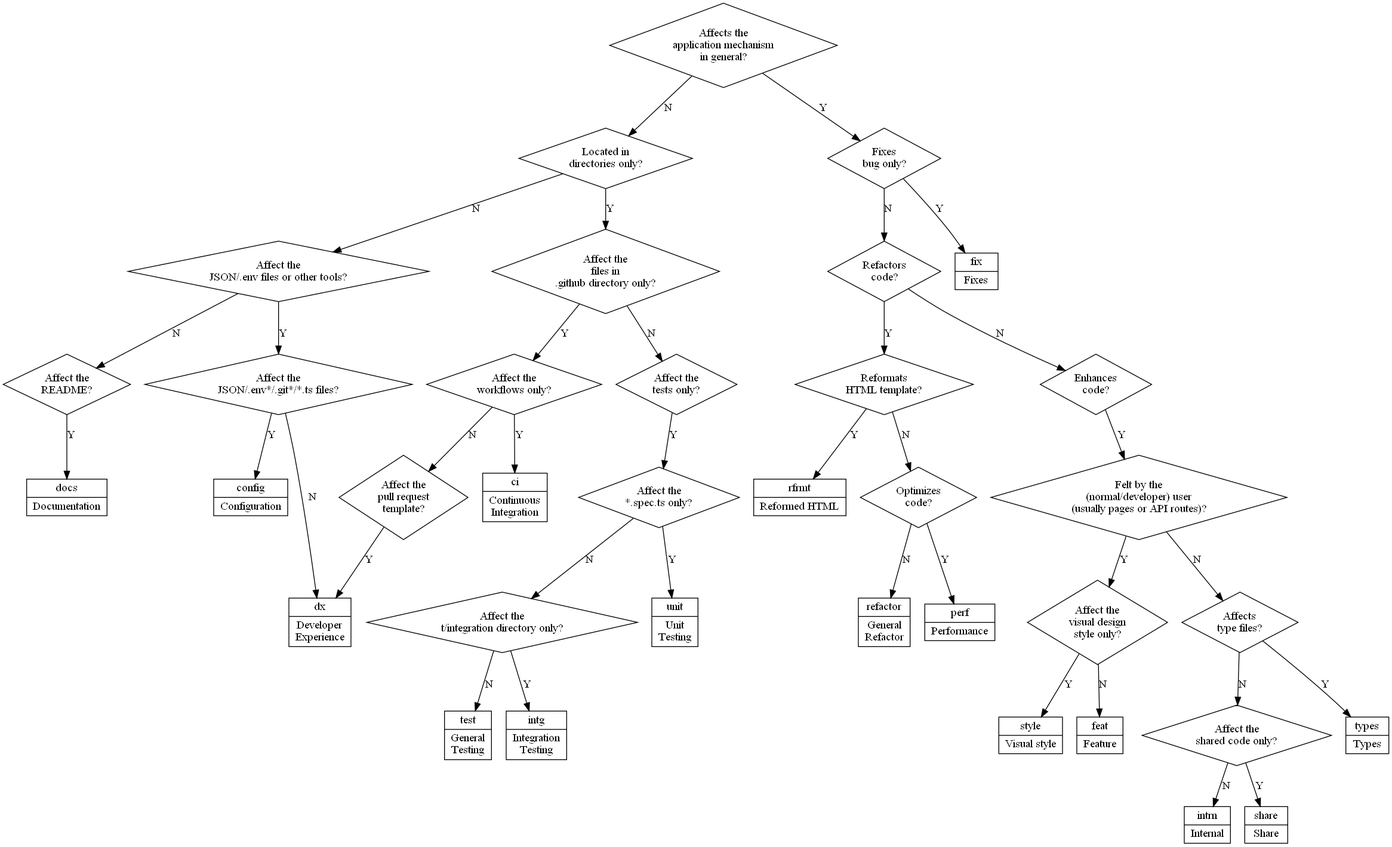
Above: dx/commit_type_guide.png in lemredd/talakutnangan (Graphviz), before the change. Its source is kept beside it as dx/commit_type_guide.dot.
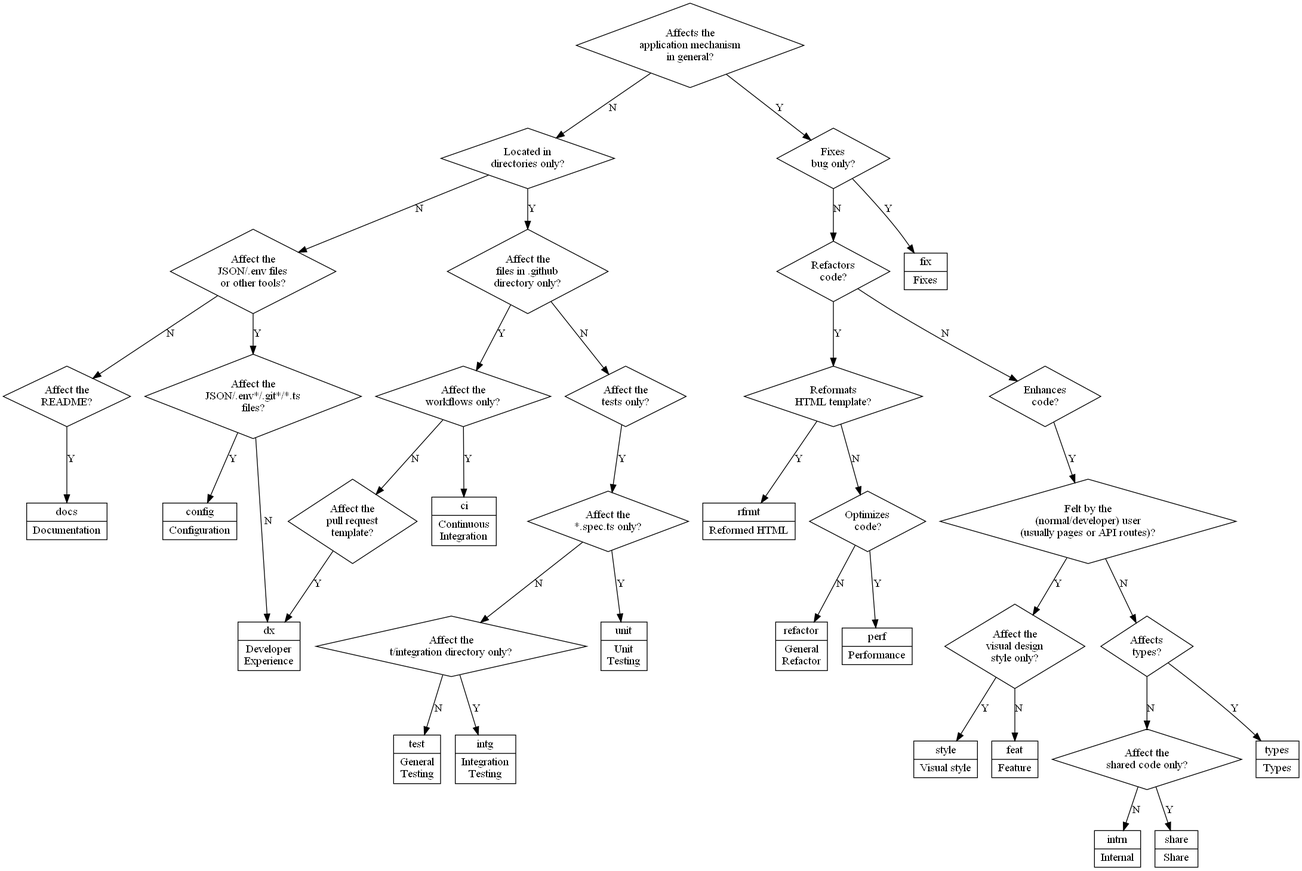
The same diagram one commit later.

Commit message:
dx(guide): improve the labels

Change to the diagram source:
```diff
@@ -5,10 +5,10 @@
 		node [ shape = "diamond" ]
 		affects_application [ label = "Affects the\napplication mechanism\nin general?" ]
 		is_directory_only [ label = "Located in\ndirectories only?" ]
-		affects_tooling [ label = "Affect the\nJSON/.env files or other tools?" ]
-		affects_config [ label = "Affect the\nJSON/.env*/.git*/*.ts files?" ]
+		affects_tooling [ label = "Affect the\nJSON/.env files\nor other tools?" ]
+		affects_config [ label = "Affect the\nJSON/.env*/.git*/*.ts\nfiles?" ]
 		affects_readme [ label = "Affect the\nREADME?" ]
-		affects_workflow_or_template [ label = "Affect the\nfiles in\n.github directory only?" ]
+		affects_workflow_or_template [ label = "Affect the\nfiles in .github\ndirectory only?" ]
 		affects_tests [ label = "Affect the\ntests only?" ]
 		affects_unit_tests [ label = "Affect the\n*.spec.ts only?" ]
 		affects_intg_tests [ label = "Affect the\nt/integration directory only?" ]
@@ -23,7 +23,7 @@
 		affects_user [
 			label = "Felt by the\n(normal/developer) user\n(usually pages or API routes)?"
 		]
-		affects_types [ label = "Affects\ntype files?" ]
+		affects_types [ label = "Affects\ntypes?" ]
 		affects_shared [ label = "Affect the\nshared code only?" ]
 	}
 
```
